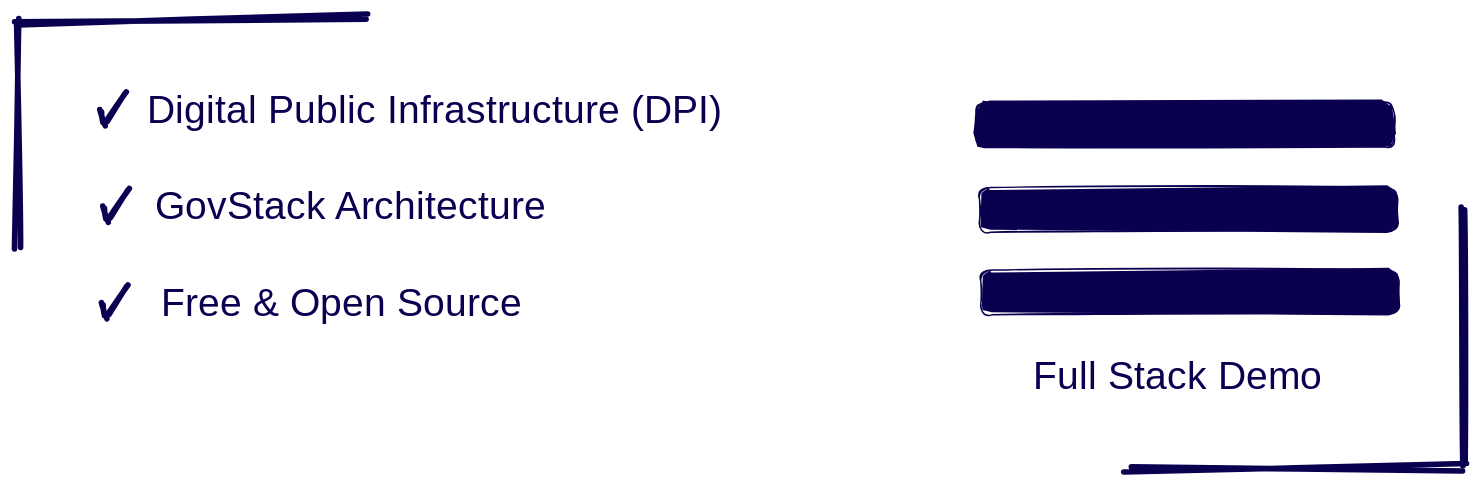
Earlier version of the Excalidraw export docs/.gitbook/assets/file.excalidraw.svg (GovStackWorkingGroup/sandbox). Source tidied: one line per element, renumbered; positions are measured from the earlier drawing's top-left corner, leaving out a move shared by most shapes.
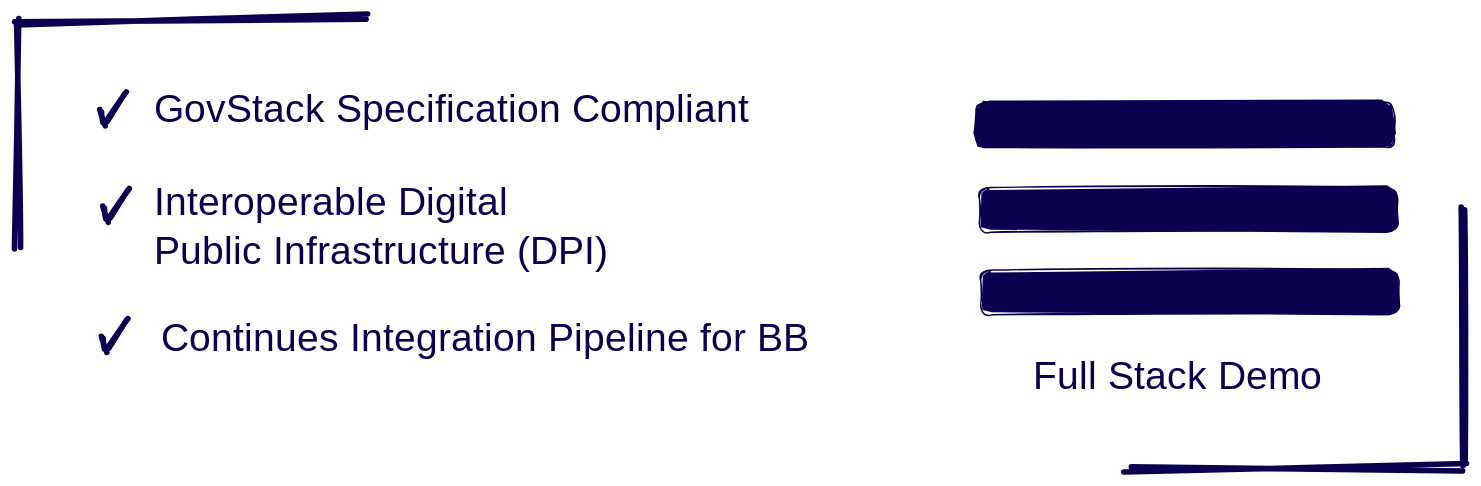
After the commit.

What changed in the source:
```diff
@@ -2,9 +2,9 @@
 {"id": 1, "type": "rectangle", "strokeColor": "#0a0050", "backgroundColor": "#0a0050", "fillStyle": "solid", "strokeWidth": 1, "roughness": 1, "round": true, "x": 688, "y": 120, "width": 299, "height": 32}
 {"id": 2, "type": "rectangle", "strokeColor": "#0a0050", "backgroundColor": "#0a0050", "fillStyle": "solid", "strokeWidth": 1, "roughness": 1, "round": true, "x": 689, "y": 179, "width": 299, "height": 32}
 {"id": 3, "type": "text", "text": "Full Stack Demo", "strokeColor": "#0a0050", "backgroundColor": "#15aabf", "fillStyle": "hachure", "strokeWidth": 1, "roughness": 1, "fontSize": 28, "fontFamily": 1, "x": 727, "y": 239, "width": 224, "height": 35}
-{"id": 4, "type": "text", "text": "GovStack Architecture", "strokeColor": "#0a0050", "strokeWidth": 1, "roughness": 1, "fontSize": 28, "fontFamily": 1, "x": 99, "y": 118, "width": 314, "height": 35}
+{"id": 4, "type": "text", "text": "GovStack Specification Compliant", "strokeColor": "#0a0050", "strokeWidth": 1, "roughness": 1, "fontSize": 28, "fontFamily": 1, "x": 98, "y": 49, "width": 455, "height": 35}
-{"id": 5, "type": "text", "text": "Digital Public Infrastructure (DPI)", "strokeColor": "#0a0050", "strokeWidth": 1, "roughness": 1, "fontSize": 28, "fontFamily": 1, "x": 93, "y": 49, "width": 490, "height": 35}
+{"id": 5, "type": "text", "text": "Interoperable Digital \nPublic Infrastructure (DPI)", "strokeColor": "#0a0050", "strokeWidth": 1, "roughness": 1, "fontSize": 28, "fontFamily": 1, "x": 98, "y": 115, "width": 386, "height": 70}
-{"id": 6, "type": "text", "text": "Free & Open Source", "strokeColor": "#0a0050", "strokeWidth": 1, "roughness": 1, "fontSize": 28, "fontFamily": 1, "x": 103, "y": 187, "width": 273, "height": 35}
+{"id": 6, "type": "text", "text": "Continues Integration Pipeline for BB", "strokeColor": "#0a0050", "strokeWidth": 1, "roughness": 1, "fontSize": 28, "fontFamily": 1, "x": 103, "y": 212, "width": 516, "height": 35}
 {"id": 7, "type": "line", "strokeColor": "#0a0050", "backgroundColor": "#fff", "fillStyle": "solid", "strokeWidth": 4, "roughness": 1, "round": true, "x": 64, "y": 74, "width": 15, "height": 22, "points": [[0, 0], [15, -22]]}
 {"id": 8, "type": "line", "strokeColor": "#0a0050", "backgroundColor": "#fff", "fillStyle": "solid", "strokeWidth": 4, "roughness": 1, "round": true, "x": 63, "y": 74, "width": 1, "height": 9, "points": [[0, 0], [-1, -9]]}
 {"id": 9, "type": "line", "strokeColor": "#0a0050", "strokeWidth": 4, "roughness": 2, "round": true, "x": 1033, "y": 135, "width": 1, "height": 183, "points": [[0, 0], [1, 183]]}
@@ -13,5 +13,5 @@
 {"id": 12, "type": "line", "strokeColor": "#0a0050", "angle": 3.14, "strokeWidth": 4, "roughness": 2, "round": true, "x": 252, "y": 0, "width": 252, "height": 2, "points": [[0, 0], [-252, 2]]}
 {"id": 13, "type": "line", "strokeColor": "#0a0050", "backgroundColor": "#fff", "fillStyle": "solid", "strokeWidth": 4, "roughness": 1, "round": true, "x": 66, "y": 143, "width": 15, "height": 22, "points": [[0, 0], [15, -22]]}
 {"id": 14, "type": "line", "strokeColor": "#0a0050", "backgroundColor": "#fff", "fillStyle": "solid", "strokeWidth": 4, "roughness": 1, "round": true, "x": 65, "y": 143, "width": 1, "height": 9, "points": [[0, 0], [-1, -9]]}
-{"id": 15, "type": "line", "strokeColor": "#0a0050", "backgroundColor": "#fff", "fillStyle": "solid", "strokeWidth": 4, "roughness": 1, "round": true, "x": 65, "y": 212, "width": 15, "height": 22, "points": [[0, 0], [15, -22]]}
+{"id": 15, "type": "line", "strokeColor": "#0a0050", "backgroundColor": "#fff", "fillStyle": "solid", "strokeWidth": 4, "roughness": 1, "round": true, "x": 65, "y": 236, "width": 15, "height": 22, "points": [[0, 0], [15, -22]]}
-{"id": 16, "type": "line", "strokeColor": "#0a0050", "backgroundColor": "#fff", "fillStyle": "solid", "strokeWidth": 4, "roughness": 1, "round": true, "x": 64, "y": 212, "width": 1, "height": 9, "points": [[0, 0], [-1, -9]]}
+{"id": 16, "type": "line", "strokeColor": "#0a0050", "backgroundColor": "#fff", "fillStyle": "solid", "strokeWidth": 4, "roughness": 1, "round": true, "x": 64, "y": 236, "width": 1, "height": 9, "points": [[0, 0], [-1, -9]]}
```
